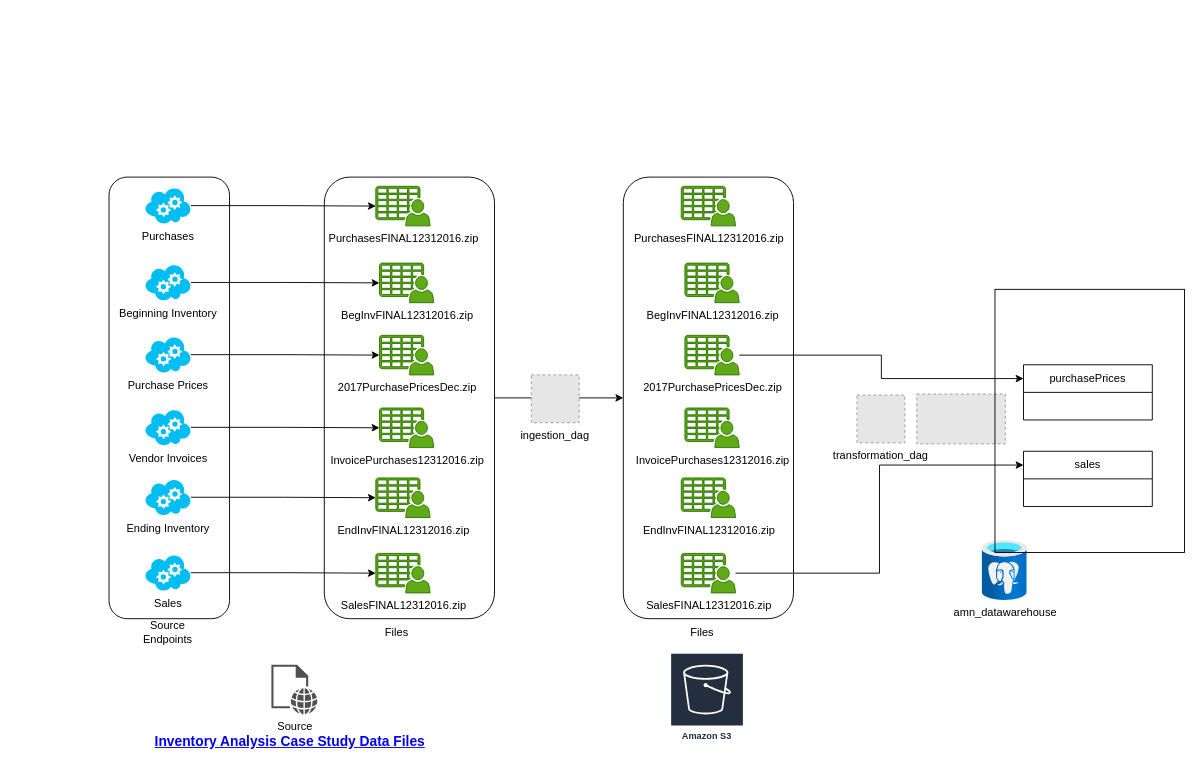
Above: page "pipeline" (1 of 3) of docs/ANM_DIAGRAM.drawio in geeklogbook/AMN (draw.io), before the change. Source tidied: cells renumbered, new cells numbered last; positions are measured from the earlier drawing's top-left corner, leaving out a move shared by most shapes. Both pictures are drawn from the tidied source at 92%, with x=0, y=0 at pixel (109, 177). Pictures stored in the file or linked from it are replaced by grey dashed boxes.
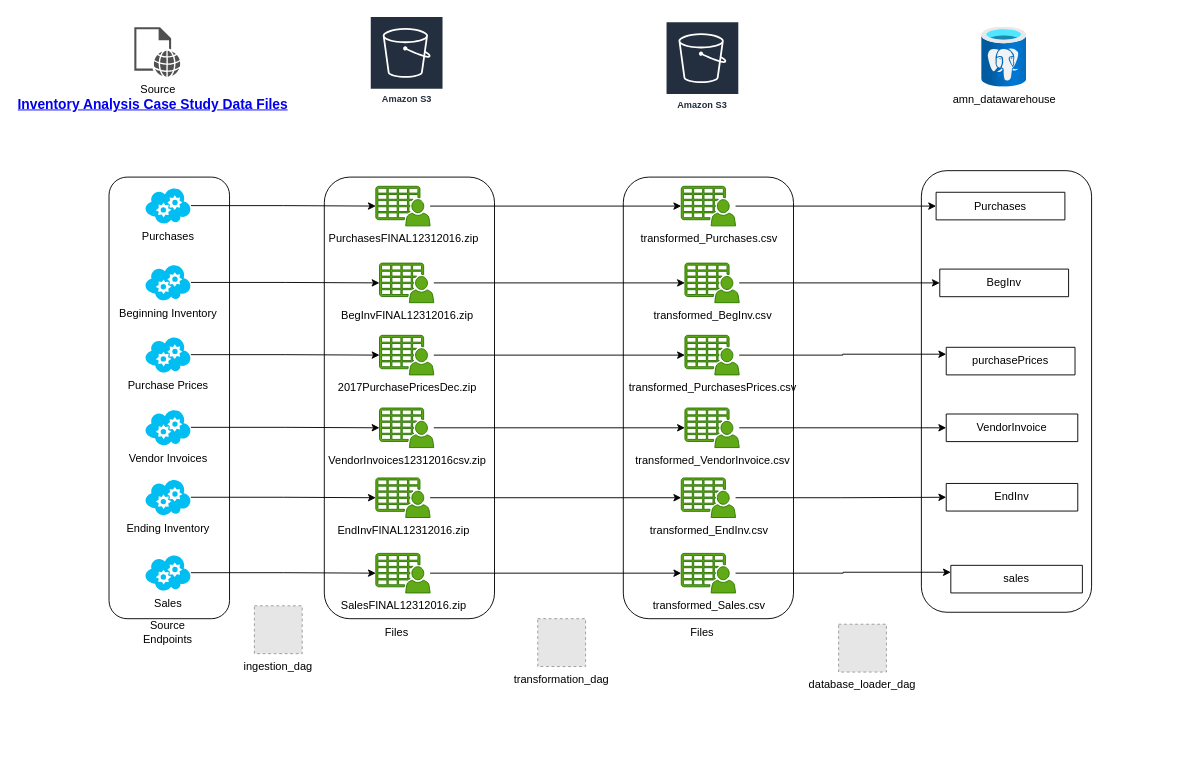
After the change.

The change refers to these unchanged cells:
```xml
<mxCell id="3" style="rounded=1;whiteSpace=wrap;html=1;fillColor=none;fontColor=default;" parent="1" vertex="1">
  <mxGeometry x="234" width="185" height="480" as="geometry" />
</mxCell>
<mxCell id="5" value="PurchasesFINAL12312016.zip" style="sketch=0;shadow=0;dashed=0;html=1;strokeColor=#2D7600;fillColor=#60a917;labelPosition=center;verticalLabelPosition=bottom;verticalAlign=top;outlineConnect=0;align=center;shape=mxgraph.office.users.csv_file;fontColor=default;" parent="1" vertex="1">
  <mxGeometry x="290" y="10" width="59" height="43" as="geometry" />
</mxCell>
<mxCell id="19" value="BegInvFINAL12312016.zip" style="sketch=0;shadow=0;dashed=0;html=1;strokeColor=#2D7600;fillColor=#60a917;labelPosition=center;verticalLabelPosition=bottom;verticalAlign=top;outlineConnect=0;align=center;shape=mxgraph.office.users.csv_file;fontColor=default;" parent="1" vertex="1">
  <mxGeometry x="294" y="93.5" width="59" height="43" as="geometry" />
</mxCell>
<mxCell id="20" value="2017PurchasePricesDec.zip" style="sketch=0;shadow=0;dashed=0;html=1;strokeColor=#2D7600;fillColor=#60a917;labelPosition=center;verticalLabelPosition=bottom;verticalAlign=top;outlineConnect=0;align=center;shape=mxgraph.office.users.csv_file;fontColor=default;" parent="1" vertex="1">
  <mxGeometry x="294" y="172" width="59" height="43" as="geometry" />
</mxCell>
<mxCell id="22" value="EndInvFINAL12312016.zip" style="sketch=0;shadow=0;dashed=0;html=1;strokeColor=#2D7600;fillColor=#60a917;labelPosition=center;verticalLabelPosition=bottom;verticalAlign=top;outlineConnect=0;align=center;shape=mxgraph.office.users.csv_file;fontColor=default;" parent="1" vertex="1">
  <mxGeometry x="290" y="327" width="59" height="43" as="geometry" />
</mxCell>
<mxCell id="23" value="SalesFINAL12312016.zip" style="sketch=0;shadow=0;dashed=0;html=1;strokeColor=#2D7600;fillColor=#60a917;labelPosition=center;verticalLabelPosition=bottom;verticalAlign=top;outlineConnect=0;align=center;shape=mxgraph.office.users.csv_file;fontColor=default;" parent="1" vertex="1">
  <mxGeometry x="290" y="409" width="59" height="43" as="geometry" />
</mxCell>
<mxCell id="30" style="rounded=1;whiteSpace=wrap;html=1;fillColor=none;fontColor=default;" parent="1" vertex="1">
  <mxGeometry x="559" width="185" height="480" as="geometry" />
</mxCell>
```

Change to the diagram source:
```diff
@@
-    <mxCell id="2" style="edgeStyle=orthogonalEdgeStyle;rounded=0;jettySize=auto;html=1;entryX=0;entryY=0.5;entryDx=0;entryDy=0;" parent="1" edge="1" source="3" target="30">
-      <mxGeometry relative="1" as="geometry" />
-    </mxCell>
@@
+    <mxCell id="48" style="edgeStyle=orthogonalEdgeStyle;rounded=0;jettySize=auto;html=1;" parent="1" edge="1" source="5" target="31">
+      <mxGeometry relative="1" as="geometry" />
+    </mxCell>
@@
+    <mxCell id="49" style="edgeStyle=orthogonalEdgeStyle;rounded=0;jettySize=auto;html=1;" parent="1" edge="1" source="19" target="32">
+      <mxGeometry relative="1" as="geometry" />
+    </mxCell>
@@
+    <mxCell id="50" style="edgeStyle=orthogonalEdgeStyle;rounded=0;jettySize=auto;html=1;" parent="1" edge="1" source="20" target="34">
+      <mxGeometry relative="1" as="geometry" />
+    </mxCell>
@@
+    <mxCell id="51" style="edgeStyle=orthogonalEdgeStyle;rounded=0;jettySize=auto;html=1;" parent="1" edge="1" source="21" target="35">
+      <mxGeometry relative="1" as="geometry" />
+    </mxCell>
-    <mxCell id="21" value="InvoicePurchases12312016.zip" style="sketch=0;shadow=0;dashed=0;html=1;strokeColor=#2D7600;fillColor=#60a917;labelPosition=center;verticalLabelPosition=bottom;verticalAlign=top;outlineConnect=0;align=center;shape=mxgraph.office.users.csv_file;fontColor=default;" parent="1" vertex="1">
+    <mxCell id="21" value="VendorInvoices12312016csv.zip" style="sketch=0;shadow=0;dashed=0;html=1;strokeColor=#2D7600;fillColor=#60a917;labelPosition=center;verticalLabelPosition=bottom;verticalAlign=top;outlineConnect=0;align=center;shape=mxgraph.office.users.csv_file;fontColor=default;" parent="1" vertex="1">
       <mxGeometry x="294" y="251" width="59" height="43" as="geometry" />
     </mxCell>
+    <mxCell id="52" style="edgeStyle=orthogonalEdgeStyle;rounded=0;jettySize=auto;html=1;" parent="1" edge="1" source="22" target="36">
+      <mxGeometry relative="1" as="geometry" />
+    </mxCell>
@@
+    <mxCell id="53" style="edgeStyle=orthogonalEdgeStyle;rounded=0;jettySize=auto;html=1;" parent="1" edge="1" source="23" target="38">
+      <mxGeometry relative="1" as="geometry" />
+    </mxCell>
@@
     <mxCell id="26" style="group;" parent="1" vertex="1">
-      <mxGeometry x="48" y="530" width="307" height="100" as="geometry" />
+      <mxGeometry x="-101" y="-163" width="307" height="100" as="geometry" />
     </mxCell>
@@
     <mxCell id="29" value="Amazon S3" style="sketch=0;fontColor=#232F3E;gradientColor=none;strokeColor=#ffffff;fillColor=#232F3E;dashed=0;verticalLabelPosition=middle;verticalAlign=bottom;align=center;html=1;whiteSpace=wrap;fontSize=10;fontStyle=1;spacing=3;shape=mxgraph.aws4.productIcon;prIcon=mxgraph.aws4.s3;" parent="1" vertex="1">
-      <mxGeometry x="610" y="517" width="80" height="100" as="geometry" />
+      <mxGeometry x="283.5" y="-175" width="80" height="100" as="geometry" />
     </mxCell>
@@
+    <mxCell id="54" style="edgeStyle=orthogonalEdgeStyle;rounded=0;jettySize=auto;html=1;" parent="1" edge="1" source="31" target="64">
+      <mxGeometry relative="1" as="geometry" />
+    </mxCell>
-    <mxCell id="31" value="PurchasesFINAL12312016.zip" style="sketch=0;shadow=0;dashed=0;html=1;strokeColor=#2D7600;fillColor=#60a917;labelPosition=center;verticalLabelPosition=bottom;verticalAlign=top;outlineConnect=0;align=center;shape=mxgraph.office.users.csv_file;fontColor=default;" parent="1" vertex="1">
+    <mxCell id="31" value="transformed_Purchases.csv" style="sketch=0;shadow=0;dashed=0;html=1;strokeColor=#2D7600;fillColor=#60a917;labelPosition=center;verticalLabelPosition=bottom;verticalAlign=top;outlineConnect=0;align=center;shape=mxgraph.office.users.csv_file;fontColor=default;" parent="1" vertex="1">
       <mxGeometry x="622" y="10" width="59" height="43" as="geometry" />
     </mxCell>
+    <mxCell id="55" style="edgeStyle=orthogonalEdgeStyle;rounded=0;jettySize=auto;html=1;" parent="1" edge="1" source="32" target="63">
+      <mxGeometry relative="1" as="geometry" />
+    </mxCell>
-    <mxCell id="32" value="BegInvFINAL12312016.zip" style="sketch=0;shadow=0;dashed=0;html=1;strokeColor=#2D7600;fillColor=#60a917;labelPosition=center;verticalLabelPosition=bottom;verticalAlign=top;outlineConnect=0;align=center;shape=mxgraph.office.users.csv_file;fontColor=default;" parent="1" vertex="1">
+    <mxCell id="32" value="transformed_BegInv.csv" style="sketch=0;shadow=0;dashed=0;html=1;strokeColor=#2D7600;fillColor=#60a917;labelPosition=center;verticalLabelPosition=bottom;verticalAlign=top;outlineConnect=0;align=center;shape=mxgraph.office.users.csv_file;fontColor=default;" parent="1" vertex="1">
       <mxGeometry x="626" y="93.5" width="59" height="43" as="geometry" />
     </mxCell>
@@
-    <mxCell id="34" value="2017PurchasePricesDec.zip" style="sketch=0;shadow=0;dashed=0;html=1;strokeColor=#2D7600;fillColor=#60a917;labelPosition=center;verticalLabelPosition=bottom;verticalAlign=top;outlineConnect=0;align=center;shape=mxgraph.office.users.csv_file;fontColor=default;" parent="1" vertex="1">
+    <mxCell id="34" value="transformed_PurchasesPrices.csv" style="sketch=0;shadow=0;dashed=0;html=1;strokeColor=#2D7600;fillColor=#60a917;labelPosition=center;verticalLabelPosition=bottom;verticalAlign=top;outlineConnect=0;align=center;shape=mxgraph.office.users.csv_file;fontColor=default;" parent="1" vertex="1">
       <mxGeometry x="626" y="172" width="59" height="43" as="geometry" />
     </mxCell>
+    <mxCell id="56" style="edgeStyle=orthogonalEdgeStyle;rounded=0;jettySize=auto;html=1;entryX=0;entryY=0.5;entryDx=0;entryDy=0;" parent="1" edge="1" source="35" target="62">
+      <mxGeometry relative="1" as="geometry" />
+    </mxCell>
-    <mxCell id="35" value="InvoicePurchases12312016.zip" style="sketch=0;shadow=0;dashed=0;html=1;strokeColor=#2D7600;fillColor=#60a917;labelPosition=center;verticalLabelPosition=bottom;verticalAlign=top;outlineConnect=0;align=center;shape=mxgraph.office.users.csv_file;fontColor=default;" parent="1" vertex="1">
+    <mxCell id="35" value="transformed_VendorInvoice.csv" style="sketch=0;shadow=0;dashed=0;html=1;strokeColor=#2D7600;fillColor=#60a917;labelPosition=center;verticalLabelPosition=bottom;verticalAlign=top;outlineConnect=0;align=center;shape=mxgraph.office.users.csv_file;fontColor=default;" parent="1" vertex="1">
       <mxGeometry x="626" y="251" width="59" height="43" as="geometry" />
     </mxCell>
+    <mxCell id="57" style="edgeStyle=orthogonalEdgeStyle;rounded=0;jettySize=auto;html=1;" parent="1" edge="1" source="36" target="61">
+      <mxGeometry relative="1" as="geometry" />
+    </mxCell>
-    <mxCell id="36" value="EndInvFINAL12312016.zip" style="sketch=0;shadow=0;dashed=0;html=1;strokeColor=#2D7600;fillColor=#60a917;labelPosition=center;verticalLabelPosition=bottom;verticalAlign=top;outlineConnect=0;align=center;shape=mxgraph.office.users.csv_file;fontColor=default;" parent="1" vertex="1">
+    <mxCell id="36" value="transformed_EndInv.csv" style="sketch=0;shadow=0;dashed=0;html=1;strokeColor=#2D7600;fillColor=#60a917;labelPosition=center;verticalLabelPosition=bottom;verticalAlign=top;outlineConnect=0;align=center;shape=mxgraph.office.users.csv_file;fontColor=default;" parent="1" vertex="1">
       <mxGeometry x="622" y="327" width="59" height="43" as="geometry" />
     </mxCell>
@@
-    <mxCell id="38" value="SalesFINAL12312016.zip" style="sketch=0;shadow=0;dashed=0;html=1;strokeColor=#2D7600;fillColor=#60a917;labelPosition=center;verticalLabelPosition=bottom;verticalAlign=top;outlineConnect=0;align=center;shape=mxgraph.office.users.csv_file;fontColor=default;" parent="1" vertex="1">
+    <mxCell id="38" value="transformed_Sales.csv" style="sketch=0;shadow=0;dashed=0;html=1;strokeColor=#2D7600;fillColor=#60a917;labelPosition=center;verticalLabelPosition=bottom;verticalAlign=top;outlineConnect=0;align=center;shape=mxgraph.office.users.csv_file;fontColor=default;" parent="1" vertex="1">
       <mxGeometry x="622" y="409" width="59" height="43" as="geometry" />
     </mxCell>
@@
-    <mxCell id="41" value="ingestion_dag" style="fillColor=#E6E6E6;strokeColor=#999999;dashed=1;verticalLabelPosition=bottom;labelBackgroundColor=default;verticalAlign=top;" parent="1" vertex="1">
-      <mxGeometry x="459" y="215" width="52" height="52" as="geometry" />
-    </mxCell>
     <mxCell id="42" value="amn_datawarehouse" style="image;html=1;align=center;fontSize=12;image=img/lib/azure2/databases/Azure_Database_PostgreSQL_Server.svg;" parent="1" vertex="1">
-      <mxGeometry x="949" y="395" width="49" height="65.3" as="geometry" />
+      <mxGeometry x="948.5" y="-163" width="49" height="65.3" as="geometry" />
     </mxCell>
     <mxCell id="43" value="transformation_dag" style="fillColor=#E6E6E6;strokeColor=#999999;dashed=1;verticalLabelPosition=bottom;labelBackgroundColor=default;verticalAlign=top;" parent="1" vertex="1">
-      <mxGeometry x="813" y="236.9" width="52" height="52" as="geometry" />
+      <mxGeometry x="466" y="480" width="52" height="52" as="geometry" />
     </mxCell>
-    <mxCell id="44" value="sales" style="swimlane;fontStyle=0;horizontal=1;startSize=30;whiteSpace=wrap;html=1;" parent="1" vertex="1">
-      <mxGeometry x="994" y="298" width="140" height="60" as="geometry" />
+    <mxCell id="44" value="sales" style="swimlane;fontStyle=0;horizontal=1;startSize=30;whiteSpace=wrap;html=1;" parent="1" vertex="1" collapsed="1">
+      <mxGeometry x="915" y="422" width="143" height="30" as="geometry" />
     </mxCell>
-    <mxCell id="45" value="purchasePrices" style="swimlane;fontStyle=0;horizontal=1;startSize=30;whiteSpace=wrap;html=1;" parent="1" vertex="1">
-      <mxGeometry x="994" y="204" width="140" height="60" as="geometry" />
+    <mxCell id="45" value="purchasePrices" style="swimlane;fontStyle=0;horizontal=1;startSize=30;whiteSpace=wrap;html=1;" parent="1" vertex="1" collapsed="1">
+      <mxGeometry x="910" y="185" width="140" height="30" as="geometry" />
     </mxCell>
-    <mxCell id="46" style="fillColor=#E6E6E6;strokeColor=#999999;dashed=1;verticalLabelPosition=bottom;labelBackgroundColor=default;verticalAlign=top;" parent="1" vertex="1">
-      <mxGeometry x="878" y="235.8" width="96.3" height="54.2" as="geometry" />
-    </mxCell>
-    <mxCell id="47" style="rounded=0;whiteSpace=wrap;html=1;fillColor=none;" parent="1" vertex="1">
-      <mxGeometry x="963" y="122" width="206" height="286" as="geometry" />
-    </mxCell>
+    <mxCell id="41" value="ingestion_dag" style="fillColor=#E6E6E6;strokeColor=#999999;dashed=1;verticalLabelPosition=bottom;labelBackgroundColor=default;verticalAlign=top;" parent="1" vertex="1">
+      <mxGeometry x="158" y="466" width="52" height="52" as="geometry" />
+    </mxCell>
+    <mxCell id="58" value="Amazon S3" style="sketch=0;fontColor=#232F3E;gradientColor=none;strokeColor=#ffffff;fillColor=#232F3E;dashed=0;verticalLabelPosition=middle;verticalAlign=bottom;align=center;html=1;whiteSpace=wrap;fontSize=10;fontStyle=1;spacing=3;shape=mxgraph.aws4.productIcon;prIcon=mxgraph.aws4.s3;" parent="1" vertex="1">
+      <mxGeometry x="605" y="-169.3" width="80" height="100" as="geometry" />
+    </mxCell>
+    <mxCell id="59" style="rounded=1;whiteSpace=wrap;html=1;fillColor=none;fontColor=default;" parent="1" vertex="1">
+      <mxGeometry x="883" y="-7" width="185" height="480" as="geometry" />
+    </mxCell>
+    <mxCell id="60" value="database_loader_dag" style="fillColor=#E6E6E6;strokeColor=#999999;dashed=1;verticalLabelPosition=bottom;labelBackgroundColor=default;verticalAlign=top;" parent="1" vertex="1">
+      <mxGeometry x="793" y="486" width="52" height="52" as="geometry" />
+    </mxCell>
+    <mxCell id="61" value="EndInv" style="swimlane;fontStyle=0;horizontal=1;startSize=30;whiteSpace=wrap;html=1;" parent="1" vertex="1" collapsed="1">
+      <mxGeometry x="910" y="333" width="143" height="30" as="geometry" />
+    </mxCell>
+    <mxCell id="62" value="VendorInvoice" style="swimlane;fontStyle=0;horizontal=1;startSize=30;whiteSpace=wrap;html=1;" parent="1" vertex="1" collapsed="1">
+      <mxGeometry x="910" y="257.5" width="143" height="30" as="geometry" />
+    </mxCell>
+    <mxCell id="63" value="BegInv" style="swimlane;fontStyle=0;horizontal=1;startSize=30;whiteSpace=wrap;html=1;" parent="1" vertex="1" collapsed="1">
+      <mxGeometry x="903" y="100" width="140" height="30" as="geometry" />
+    </mxCell>
+    <mxCell id="64" value="Purchases" style="swimlane;fontStyle=0;horizontal=1;startSize=30;whiteSpace=wrap;html=1;" parent="1" vertex="1" collapsed="1">
+      <mxGeometry x="899" y="16.5" width="140" height="30" as="geometry" />
+    </mxCell>
```
